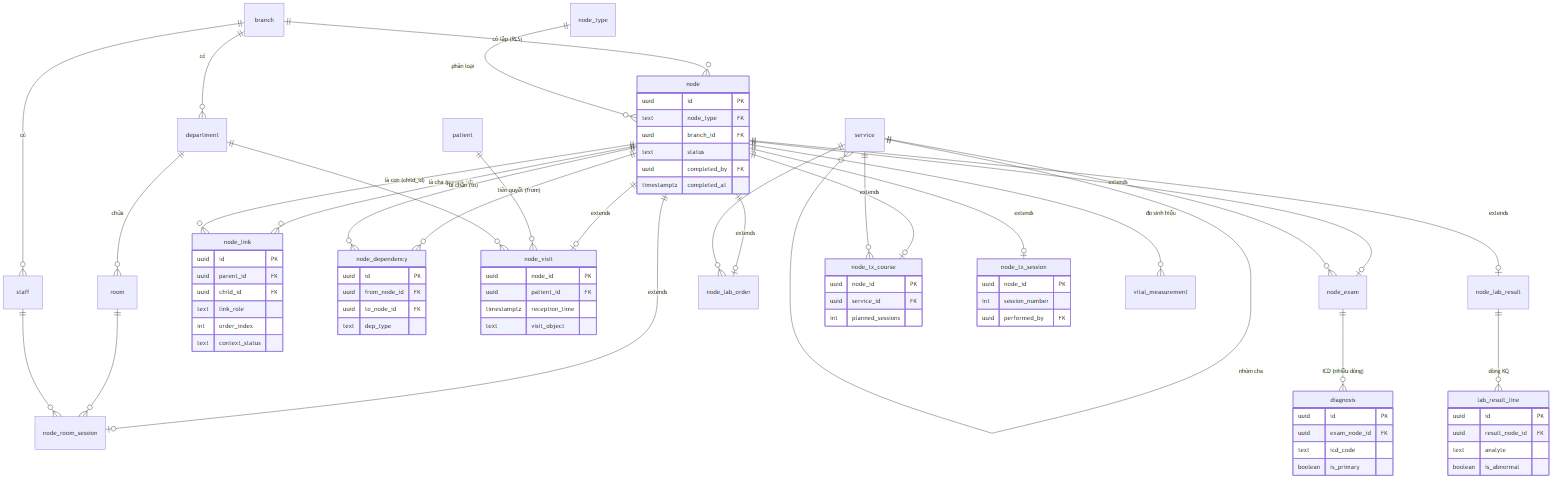
Above: diagrams/01_er.png in yumeekoo/DebateStructure (Mermaid), before the change. Its source is kept beside it as diagrams/01_er.mmd. The source it was exported from:
```mermaid
erDiagram
    branch     ||--o{ department        : "có"
    branch     ||--o{ staff             : "có"
    branch     ||--o{ node              : "cô lập (RLS)"
    department ||--o{ room              : "chứa"
    service    ||--o{ service           : "nhóm cha"

    node_type  ||--o{ node              : "phân loại"
    node       ||--o{ node_link         : "là cha (parent_id)"
    node       ||--o{ node_link         : "là con (child_id)"
    node       ||--o{ node_dependency   : "tiên quyết (from)"
    node       ||--o{ node_dependency   : "bị chặn (to)"

    node       ||--o| node_visit        : "extends"
    node       ||--o| node_room_session : "extends"
    node       ||--o| node_exam         : "extends"
    node       ||--o| node_lab_order    : "extends"
    node       ||--o| node_lab_result   : "extends"
    node       ||--o| node_tx_course    : "extends"
    node       ||--o| node_tx_session   : "extends"
    node       ||--o{ vital_measurement : "đo sinh hiệu"

    patient    ||--o{ node_visit        : ""
    department ||--o{ node_visit        : ""
    room       ||--o{ node_room_session : ""
    staff      ||--o{ node_room_session : ""
    service    ||--o{ node_exam         : ""
    service    ||--o{ node_lab_order    : ""
    service    ||--o{ node_tx_course    : ""
    node_exam      ||--o{ diagnosis        : "ICD (nhiều dòng)"
    node_lab_result||--o{ lab_result_line  : "dòng KQ"

    node {
        uuid id PK
        text node_type FK
        uuid branch_id FK
        text status
        uuid completed_by FK
        timestamptz completed_at
    }
    node_link {
        uuid id PK
        uuid parent_id FK
        uuid child_id FK
        text link_role
        int order_index
        text context_status
    }
    node_dependency {
        uuid id PK
        uuid from_node_id FK
        uuid to_node_id FK
        text dep_type
    }
    node_visit {
        uuid node_id PK
        uuid patient_id FK
        timestamptz reception_time
        text visit_object
    }
    node_tx_course {
        uuid node_id PK
        uuid service_id FK
        int planned_sessions
    }
    node_tx_session {
        uuid node_id PK
        int session_number
        uuid performed_by FK
    }
    diagnosis {
        uuid id PK
        uuid exam_node_id FK
        text icd_code
        boolean is_primary
    }
    lab_result_line {
        uuid id PK
        uuid result_node_id FK
        text analyte
        boolean is_abnormal
    }
```
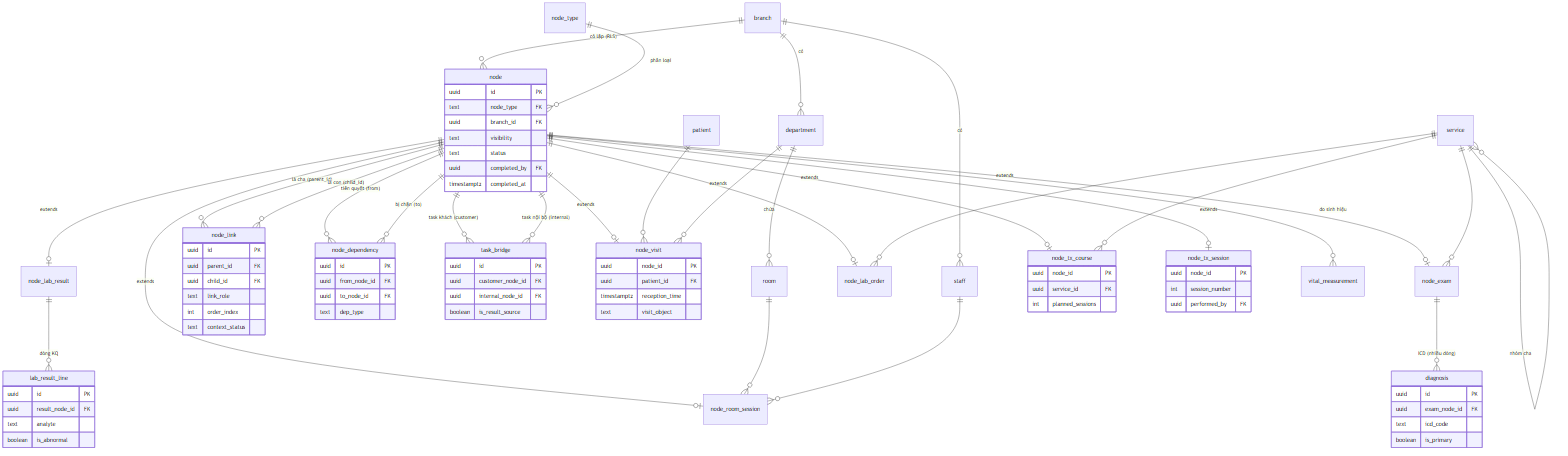
Later version of the same file.

Commit message:
feat: Update database design and diagrams to implement task bridge for facade model

What changed in the source:
```diff
@@ -10,6 +10,8 @@
     node       ||--o{ node_link         : "là con (child_id)"
     node       ||--o{ node_dependency   : "tiên quyết (from)"
     node       ||--o{ node_dependency   : "bị chặn (to)"
+    node       ||--o{ task_bridge       : "task khách (customer)"
+    node       ||--o{ task_bridge       : "task nội bộ (internal)"
 
     node       ||--o| node_visit        : "extends"
     node       ||--o| node_room_session : "extends"
@@ -34,6 +36,7 @@
         uuid id PK
         text node_type FK
         uuid branch_id FK
+        text visibility
         text status
         uuid completed_by FK
         timestamptz completed_at
@@ -51,6 +54,12 @@
         uuid from_node_id FK
         uuid to_node_id FK
         text dep_type
+    }
+    task_bridge {
+        uuid id PK
+        uuid customer_node_id FK
+        uuid internal_node_id FK
+        boolean is_result_source
     }
     node_visit {
         uuid node_id PK
```
